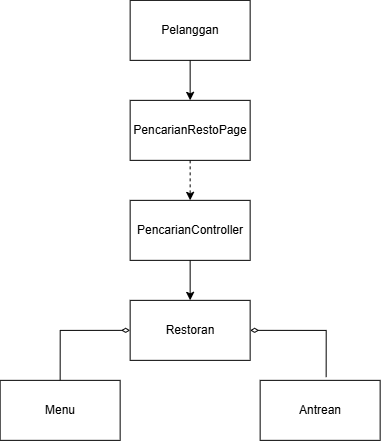
Earlier version of the draw.io export docs/M4/assets/diagram/Diagram Kelas-UC01.png (hehey304/IF2150-RPL-K01-G10). Source tidied: cells renumbered, new cells last; positions are measured from the earlier drawing's top-left corner, leaving out a move shared by most shapes.
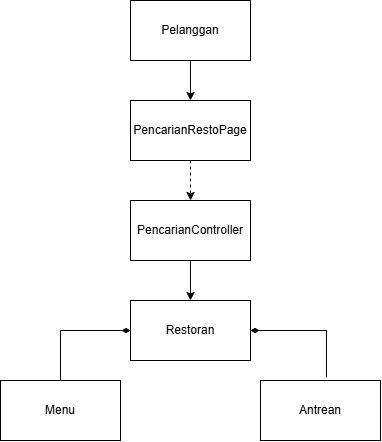
The same diagram one commit later.

Commit message:
fix: merubah agregasi menjadi komposisi pada diagram kelas UC01

Diff of the diagram source:
```diff
@@ -20,7 +20,7 @@
     <mxCell id="7" value="PencarianController" style="whiteSpace=wrap;html=1;" parent="1" vertex="1">
       <mxGeometry x="130" y="200" width="120" height="60" as="geometry" />
     </mxCell>
-    <mxCell id="8" style="edgeStyle=orthogonalEdgeStyle;rounded=0;jettySize=auto;html=1;exitX=0;exitY=0.5;exitDx=0;exitDy=0;entryX=0.5;entryY=0;entryDx=0;entryDy=0;startArrow=diamondThin;startFill=0;endArrow=none;endFill=0;" parent="1" edge="1" source="9" target="10">
+    <mxCell id="8" style="edgeStyle=orthogonalEdgeStyle;rounded=0;jettySize=auto;html=1;exitX=0;exitY=0.5;exitDx=0;exitDy=0;entryX=0.5;entryY=0;entryDx=0;entryDy=0;startArrow=diamondThin;startFill=1;endArrow=none;endFill=0;" parent="1" edge="1" source="9" target="10">
       <mxGeometry relative="1" as="geometry" />
     </mxCell>
     <mxCell id="9" value="Restoran" style="whiteSpace=wrap;html=1;" parent="1" vertex="1">
@@ -32,7 +32,7 @@
     <mxCell id="11" value="Antrean" style="whiteSpace=wrap;html=1;" parent="1" vertex="1">
       <mxGeometry x="260" y="380" width="120" height="60" as="geometry" />
     </mxCell>
-    <mxCell id="12" style="edgeStyle=orthogonalEdgeStyle;rounded=0;jettySize=auto;html=1;exitX=1;exitY=0.5;exitDx=0;exitDy=0;entryX=0.55;entryY=-0.054;entryDx=0;entryDy=0;entryPerimeter=0;startArrow=diamondThin;startFill=0;endArrow=none;endFill=0;" parent="1" edge="1" source="9" target="11">
+    <mxCell id="12" style="edgeStyle=orthogonalEdgeStyle;rounded=0;jettySize=auto;html=1;exitX=1;exitY=0.5;exitDx=0;exitDy=0;entryX=0.55;entryY=-0.054;entryDx=0;entryDy=0;entryPerimeter=0;startArrow=diamondThin;startFill=1;endArrow=none;endFill=0;" parent="1" edge="1" source="9" target="11">
       <mxGeometry relative="1" as="geometry" />
     </mxCell>
   </root>
```
